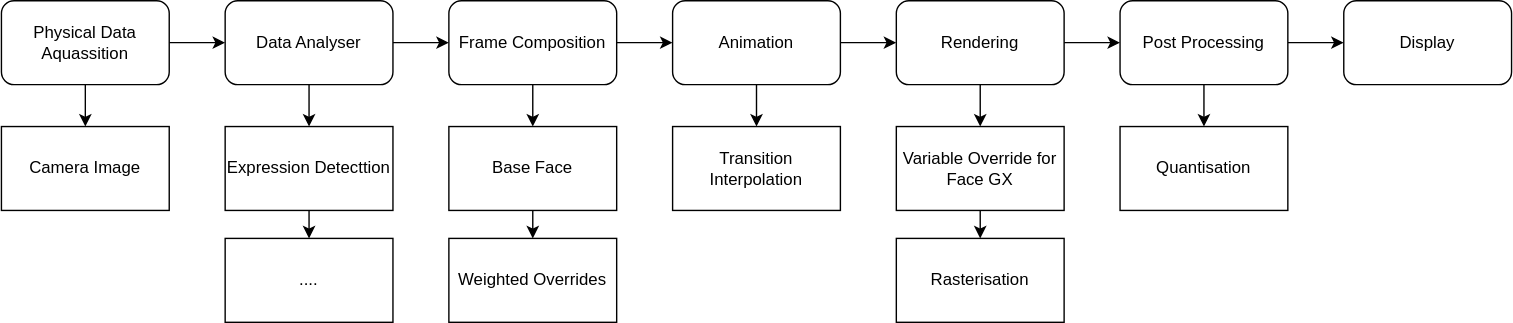
Earlier version of the draw.io export docs/Pipeline.drawio.svg (1Wargear/Face2Led). Source tidied: cells renumbered, new cells last; positions are measured from the earlier drawing's top-left corner, leaving out a move shared by most shapes.
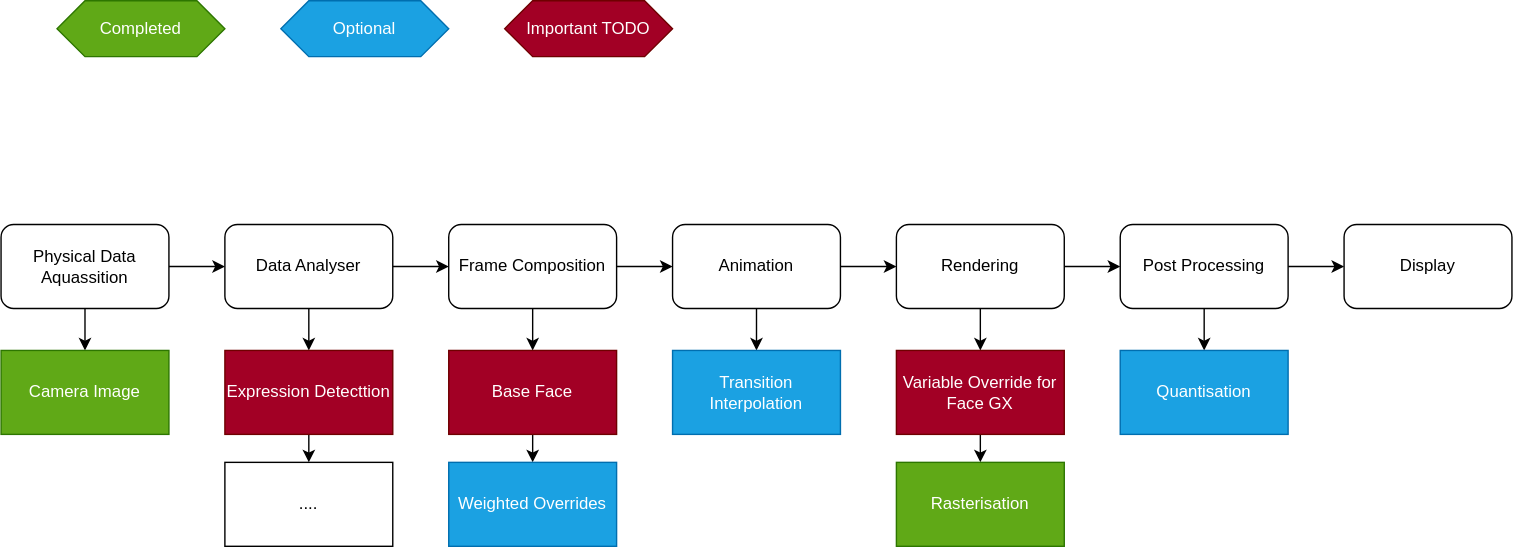
After the change.

What changed in the source:
```diff
@@ -50,13 +50,13 @@
     <mxCell id="17" value="Display" style="rounded=1;whiteSpace=wrap;html=1;" parent="1" vertex="1">
       <mxGeometry x="960" width="120" height="60" as="geometry" />
     </mxCell>
-    <mxCell id="18" value="Camera Image" style="rounded=0;whiteSpace=wrap;html=1;" parent="1" vertex="1">
+    <mxCell id="18" value="Camera Image" style="rounded=0;whiteSpace=wrap;html=1;fillColor=#60a917;fontColor=#ffffff;strokeColor=#2D7600;" parent="1" vertex="1">
       <mxGeometry y="90" width="120" height="60" as="geometry" />
     </mxCell>
     <mxCell id="19" style="edgeStyle=none;html=1;exitX=0.5;exitY=1;exitDx=0;exitDy=0;entryX=0.5;entryY=0;entryDx=0;entryDy=0;" parent="1" edge="1" source="20" target="21">
       <mxGeometry relative="1" as="geometry" />
     </mxCell>
-    <mxCell id="20" value="Expression Detecttion" style="rounded=0;whiteSpace=wrap;html=1;" parent="1" vertex="1">
+    <mxCell id="20" value="Expression Detecttion" style="rounded=0;whiteSpace=wrap;html=1;fillColor=#a20025;fontColor=#ffffff;strokeColor=#6F0000;" parent="1" vertex="1">
       <mxGeometry x="160" y="90" width="120" height="60" as="geometry" />
     </mxCell>
     <mxCell id="21" value="...." style="rounded=0;whiteSpace=wrap;html=1;" parent="1" vertex="1">
@@ -65,22 +65,22 @@
     <mxCell id="22" style="edgeStyle=none;html=1;exitX=0.5;exitY=1;exitDx=0;exitDy=0;entryX=0.5;entryY=0;entryDx=0;entryDy=0;" parent="1" edge="1" source="23" target="24">
       <mxGeometry relative="1" as="geometry" />
     </mxCell>
-    <mxCell id="23" value="Base Face" style="rounded=0;whiteSpace=wrap;html=1;" parent="1" vertex="1">
+    <mxCell id="23" value="Base Face" style="rounded=0;whiteSpace=wrap;html=1;fillColor=#a20025;fontColor=#ffffff;strokeColor=#6F0000;" parent="1" vertex="1">
       <mxGeometry x="320" y="90" width="120" height="60" as="geometry" />
     </mxCell>
-    <mxCell id="24" value="Weighted Overrides" style="rounded=0;whiteSpace=wrap;html=1;" parent="1" vertex="1">
+    <mxCell id="24" value="Weighted Overrides" style="rounded=0;whiteSpace=wrap;html=1;fillColor=#1ba1e2;fontColor=#ffffff;strokeColor=#006EAF;" parent="1" vertex="1">
       <mxGeometry x="320" y="170" width="120" height="60" as="geometry" />
     </mxCell>
     <mxCell id="25" style="edgeStyle=none;html=1;exitX=0.5;exitY=1;exitDx=0;exitDy=0;entryX=0.5;entryY=0;entryDx=0;entryDy=0;" parent="1" edge="1" source="26" target="27">
       <mxGeometry relative="1" as="geometry" />
     </mxCell>
-    <mxCell id="26" value="Variable Override for Face GX" style="rounded=0;whiteSpace=wrap;html=1;" parent="1" vertex="1">
+    <mxCell id="26" value="Variable Override for Face GX" style="rounded=0;whiteSpace=wrap;html=1;fillColor=#a20025;fontColor=#ffffff;strokeColor=#6F0000;" parent="1" vertex="1">
       <mxGeometry x="640" y="90" width="120" height="60" as="geometry" />
     </mxCell>
-    <mxCell id="27" value="Rasterisation" style="rounded=0;whiteSpace=wrap;html=1;" parent="1" vertex="1">
+    <mxCell id="27" value="Rasterisation" style="rounded=0;whiteSpace=wrap;html=1;fillColor=#60a917;fontColor=#ffffff;strokeColor=#2D7600;" parent="1" vertex="1">
       <mxGeometry x="640" y="170" width="120" height="60" as="geometry" />
     </mxCell>
-    <mxCell id="28" value="Quantisation" style="rounded=0;whiteSpace=wrap;html=1;" parent="1" vertex="1">
+    <mxCell id="28" value="Quantisation" style="rounded=0;whiteSpace=wrap;html=1;fillColor=#1ba1e2;fontColor=#ffffff;strokeColor=#006EAF;" parent="1" vertex="1">
       <mxGeometry x="800" y="90" width="120" height="60" as="geometry" />
     </mxCell>
     <mxCell id="29" style="edgeStyle=none;html=1;" parent="1" edge="1" source="31" target="13">
@@ -92,8 +92,17 @@
     <mxCell id="31" value="Animation" style="rounded=1;whiteSpace=wrap;html=1;" parent="1" vertex="1">
       <mxGeometry x="480" width="120" height="60" as="geometry" />
     </mxCell>
-    <mxCell id="32" value="Transition Interpolation" style="rounded=0;whiteSpace=wrap;html=1;" parent="1" vertex="1">
+    <mxCell id="32" value="Transition Interpolation" style="rounded=0;whiteSpace=wrap;html=1;fillColor=#1ba1e2;fontColor=#ffffff;strokeColor=#006EAF;" parent="1" vertex="1">
       <mxGeometry x="480" y="90" width="120" height="60" as="geometry" />
     </mxCell>
+    <mxCell id="33" value="Completed" style="shape=hexagon;perimeter=hexagonPerimeter2;whiteSpace=wrap;html=1;fixedSize=1;fillColor=#60a917;fontColor=#ffffff;strokeColor=#2D7600;" parent="1" vertex="1">
+      <mxGeometry x="40" y="-160" width="120" height="40" as="geometry" />
+    </mxCell>
+    <mxCell id="34" value="Optional" style="shape=hexagon;perimeter=hexagonPerimeter2;whiteSpace=wrap;html=1;fixedSize=1;fillColor=#1ba1e2;fontColor=#ffffff;strokeColor=#006EAF;" parent="1" vertex="1">
+      <mxGeometry x="200" y="-160" width="120" height="40" as="geometry" />
+    </mxCell>
+    <mxCell id="35" value="Important TODO" style="shape=hexagon;perimeter=hexagonPerimeter2;whiteSpace=wrap;html=1;fixedSize=1;fillColor=#a20025;fontColor=#ffffff;strokeColor=#6F0000;" parent="1" vertex="1">
+      <mxGeometry x="360" y="-160" width="120" height="40" as="geometry" />
+    </mxCell>
   </root>
 </mxGraphModel>
```
